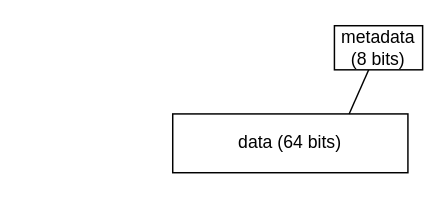
maxletemple/rapport_stage_3A keeps this draw.io diagram as src/data_metadata.drawio. Above is the earlier version. Source tidied: cells renumbered, new cells numbered last; positions are measured from the earlier drawing's top-left corner, leaving out a move shared by most shapes. Both pictures are drawn from the tidied source at 147%, with x=0, y=0 at pixel (172, 25).
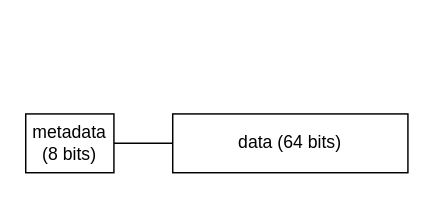
Above is the later version.

Diff of the diagram source:
```diff
@@
 <mxGraphModel>
   <root>
     <mxCell id="0" />
     <mxCell id="1" parent="0" />
+    <mxCell id="5" style="edgeStyle=none;html=1;entryX=1;entryY=0.5;entryDx=0;entryDy=0;endArrow=none;endFill=0;" parent="1" edge="1" source="2" target="4">
+      <mxGeometry relative="1" as="geometry" />
+    </mxCell>
     <mxCell id="2" value="data (64 bits)" style="rounded=0;whiteSpace=wrap;html=1;" parent="1" vertex="1">
       <mxGeometry y="60" width="160" height="40" as="geometry" />
     </mxCell>
-    <mxCell id="3" style="endArrow=none;html=1;" parent="1" edge="1" target="4">
-      <mxGeometry relative="1" as="geometry">
-        <mxPoint x="120" y="60" as="sourcePoint" />
-      </mxGeometry>
-    </mxCell>
     <mxCell id="4" value="metadata (8 bits)" style="rounded=0;whiteSpace=wrap;html=1;" parent="1" vertex="1">
-      <mxGeometry x="110" width="60" height="30" as="geometry" />
+      <mxGeometry x="-100" y="60" width="60" height="40" as="geometry" />
     </mxCell>
   </root>
 </mxGraphModel>
```
